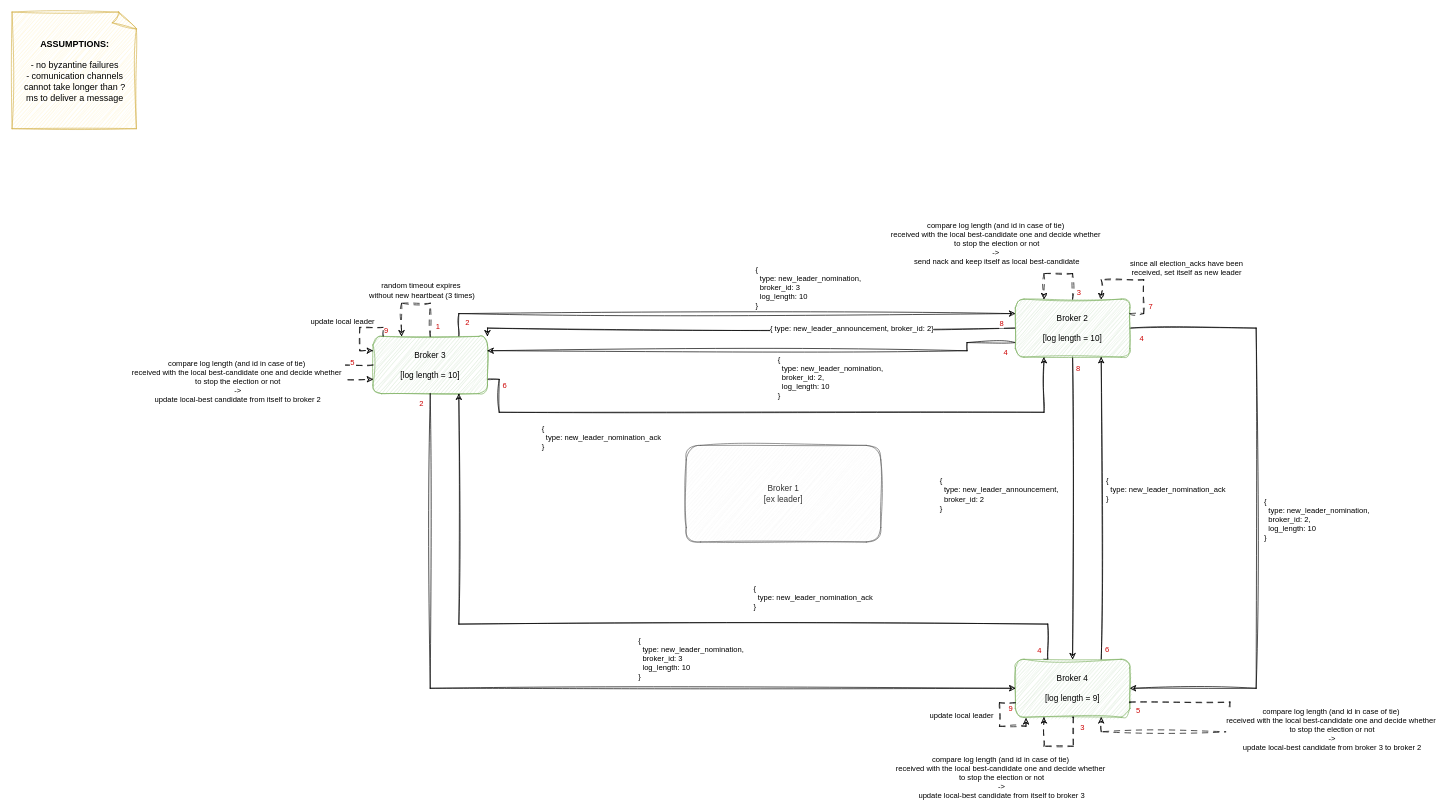
The draw.io diagram page "leader_crash" (4 of 5) of artifacts/DS_Project.drawio in UobinoPino/Reliable-Queuing-System, before the edit. Source tidied: cells renumbered, new cells numbered last; positions are measured from the earlier drawing's top-left corner, leaving out a move shared by most shapes. Both pictures are drawn from the tidied source at 69%, with x=0, y=0 at pixel (12, 12).
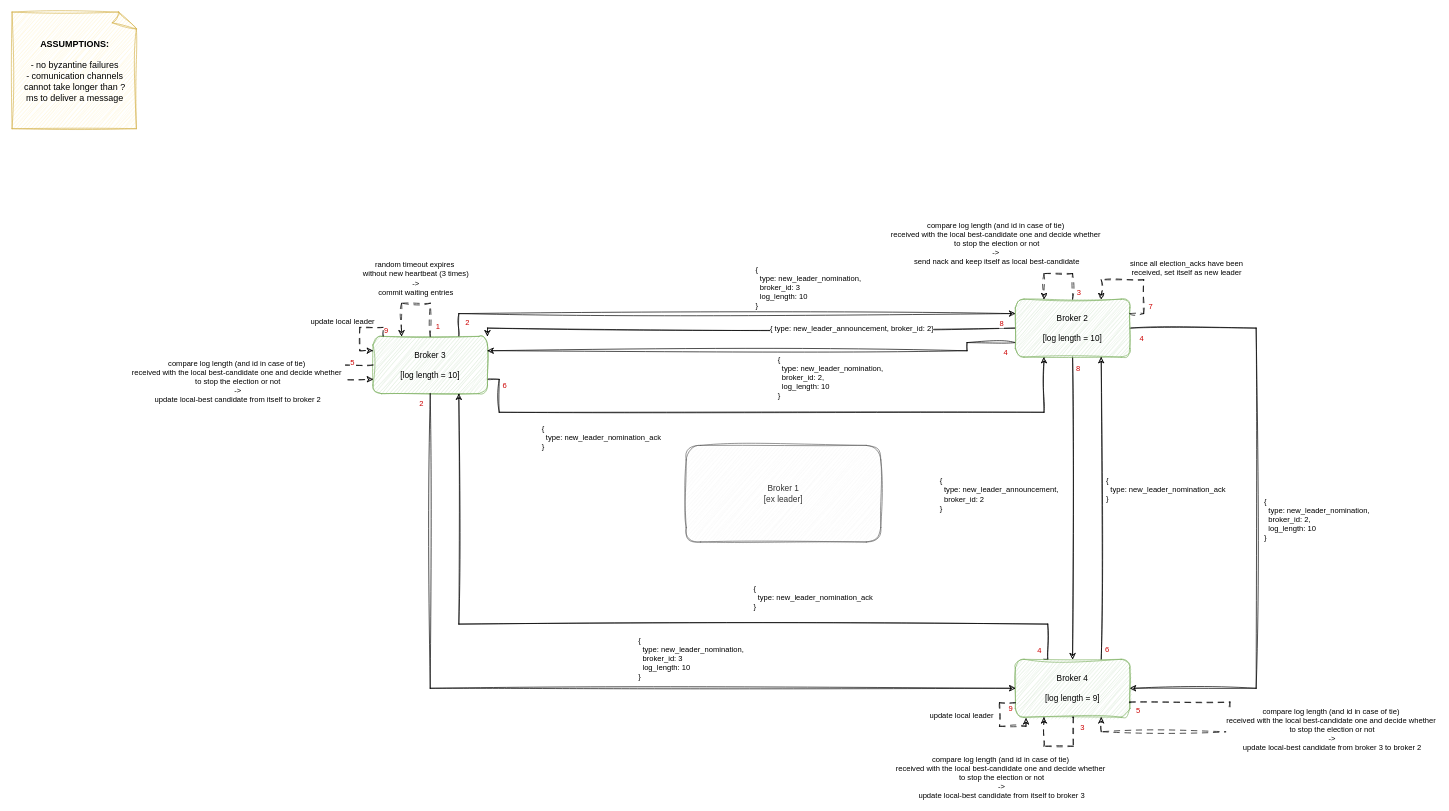
The same diagram, later.

Unchanged cells that the change refers to:
```xml
<mxCell id="32" style="edgeStyle=orthogonalEdgeStyle;shape=connector;rounded=0;sketch=1;jiggle=2;curveFitting=1;orthogonalLoop=1;jettySize=auto;html=1;exitX=0.5;exitY=0;exitDx=0;exitDy=0;entryX=0.25;entryY=0;entryDx=0;entryDy=0;strokeColor=default;align=left;verticalAlign=middle;fontFamily=Excalifont;fontSize=11;fontColor=default;labelBackgroundColor=default;endArrow=classic;dashed=1;dashPattern=8 8;" parent="1" edge="1" source="8" target="8">
  <mxGeometry relative="1" as="geometry">
    <Array as="points">
      <mxPoint x="606" y="422" />
      <mxPoint x="565" y="422" />
    </Array>
  </mxGeometry>
</mxCell>
```

Diff of the diagram source:
```diff
@@
-    <mxCell id="33" value="random timeout expires&amp;nbsp;&lt;div&gt;without new heartbeat (3 times)&lt;/div&gt;" style="edgeLabel;html=1;align=center;verticalAlign=middle;rounded=1;sketch=1;jiggle=2;curveFitting=1;strokeColor=default;fontFamily=Excalifont;fontSize=11;fontColor=default;labelBackgroundColor=default;fillColor=default;" parent="32" vertex="1">
+    <mxCell id="33" value="random timeout expires&amp;nbsp;&lt;div&gt;without new heartbeat (3 times)&lt;br&gt;-&amp;gt;&lt;br&gt;commit waiting entries&lt;/div&gt;" style="edgeLabel;html=1;align=center;verticalAlign=middle;rounded=1;sketch=1;jiggle=2;curveFitting=1;strokeColor=default;fontFamily=Excalifont;fontSize=11;fontColor=default;labelBackgroundColor=default;fillColor=default;" parent="32" vertex="1">
       <mxGeometry x="-0.16" y="1" relative="1" as="geometry">
-        <mxPoint x="-3" y="-20" as="offset" />
+        <mxPoint x="-12" y="-38" as="offset" />
       </mxGeometry>
     </mxCell>
```
